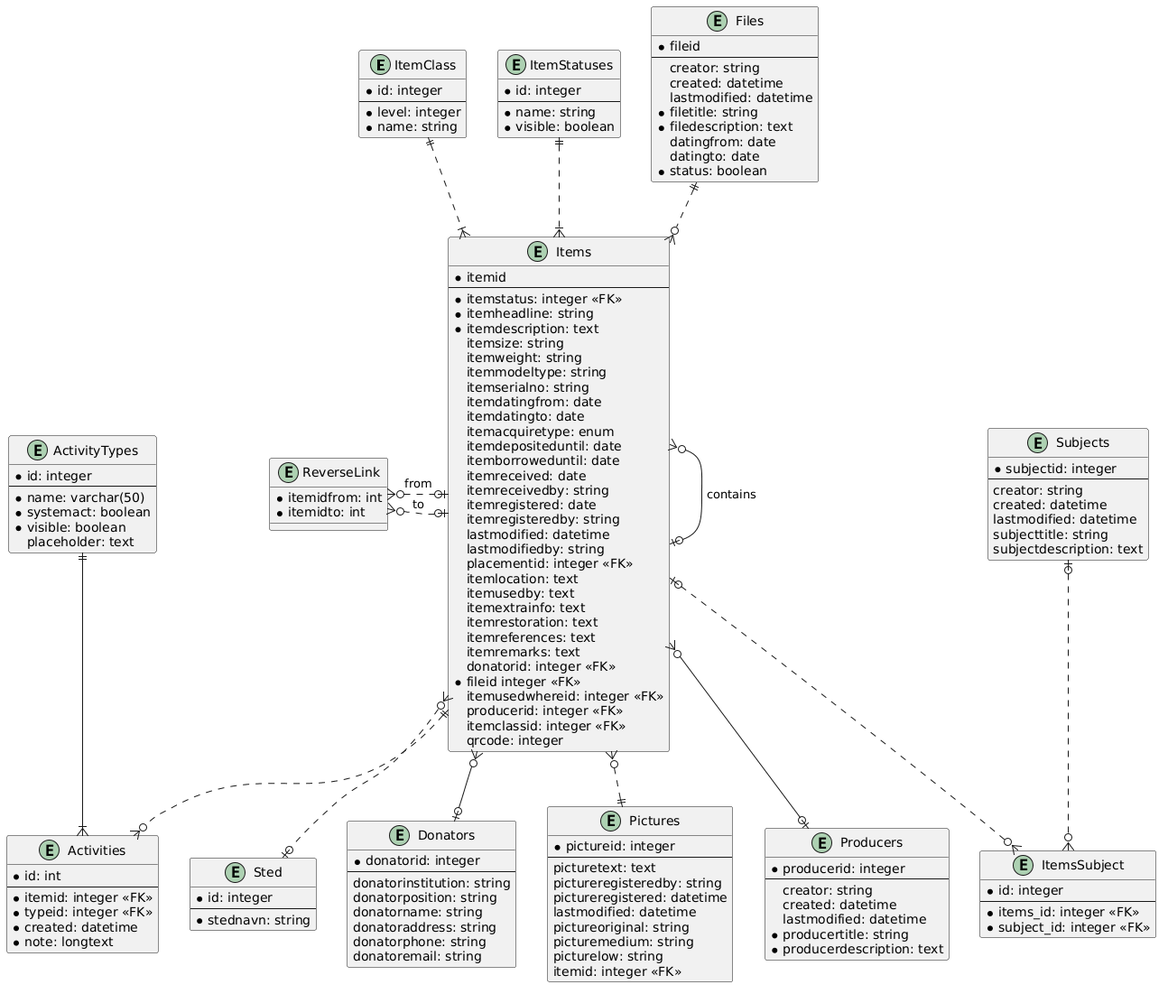
Earlier version of the PlantUML export docs/genstand-er.png (Datamuseum-DK/CollectionMan).
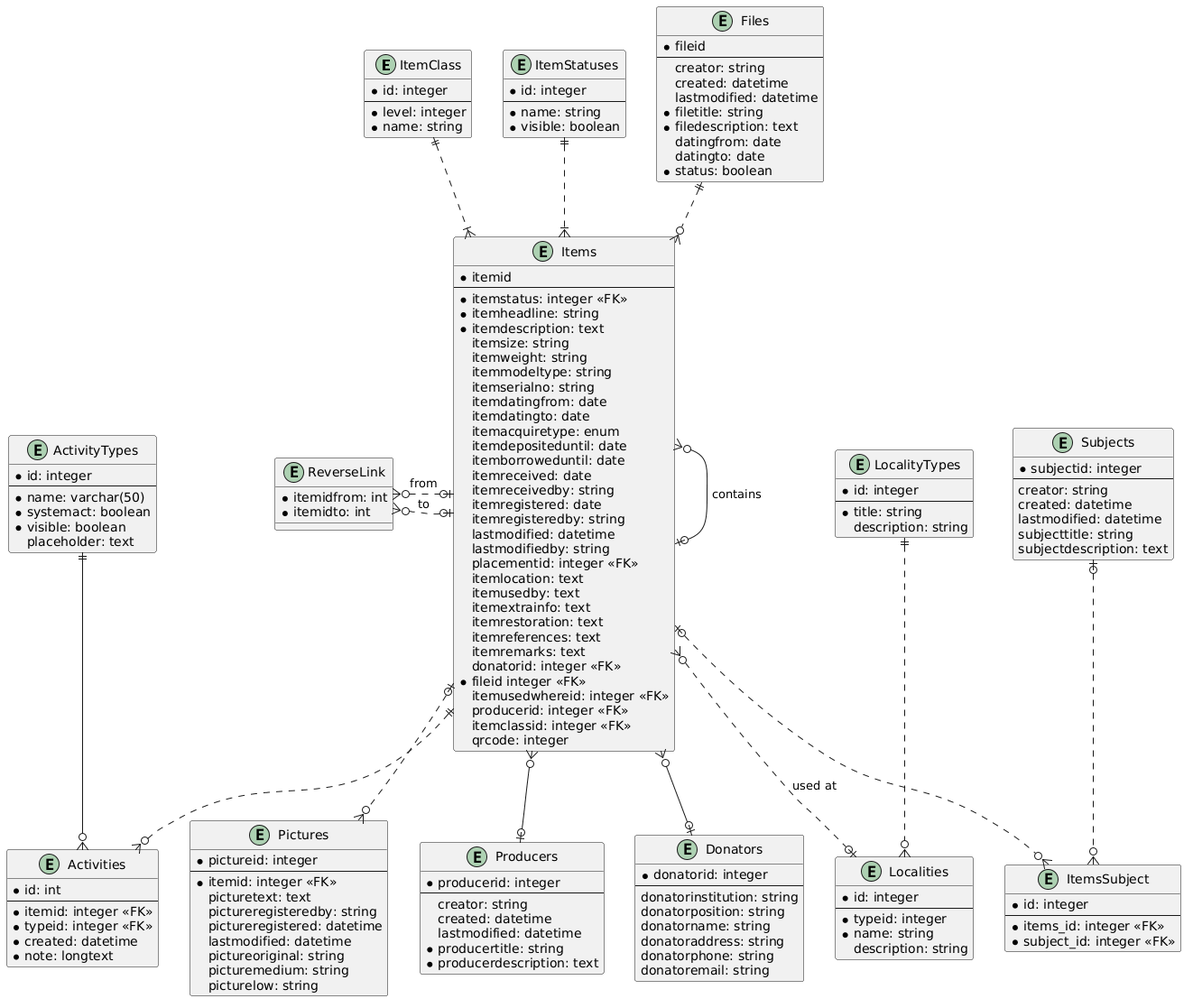
After the change.

The edit, as a diff of the source:
```diff
@@ -80,10 +80,18 @@
 placeholder: text
 }
 
-entity Sted {
+entity LocalityTypes {
 * id: integer
 --
-* stednavn: string
+* title: string
+description: string
+}
+entity Localities {
+* id: integer
+--
+* typeid: integer
+* name: string
+description: string
 }
 
 entity Donators {
@@ -117,6 +125,7 @@
 entity Pictures {
 * pictureid: integer
 --
+* itemid: integer <<FK>>
 picturetext: text
 pictureregisteredby: string
 pictureregistered: datetime
@@ -124,7 +133,6 @@
 pictureoriginal: string
 picturemedium: string
 picturelow: string
-itemid: integer <<FK>>
 }
 
 entity Producers {
@@ -143,10 +151,11 @@
 }
 
 ItemClass ||..|{ Items
+LocalityTypes ||..o{ Localities
 Files ||..o{ Items
 ItemStatuses ||..|{ Items
-Items }o..o| Sted
-Items }o..|| Pictures
+Items }o..o| Localities : used at
+Items |o..o{ Pictures
 Items |o..o{ ItemsSubject
 Subjects |o..o{ ItemsSubject
 Items }o--o| Producers
@@ -155,5 +164,5 @@
 Items ||..o{ Activities
 Items |o.left.o{ ReverseLink : from
 Items |o..o{ ReverseLink : to
-ActivityTypes ||--|{ Activities
+ActivityTypes ||--o{ Activities
 @enduml
```
